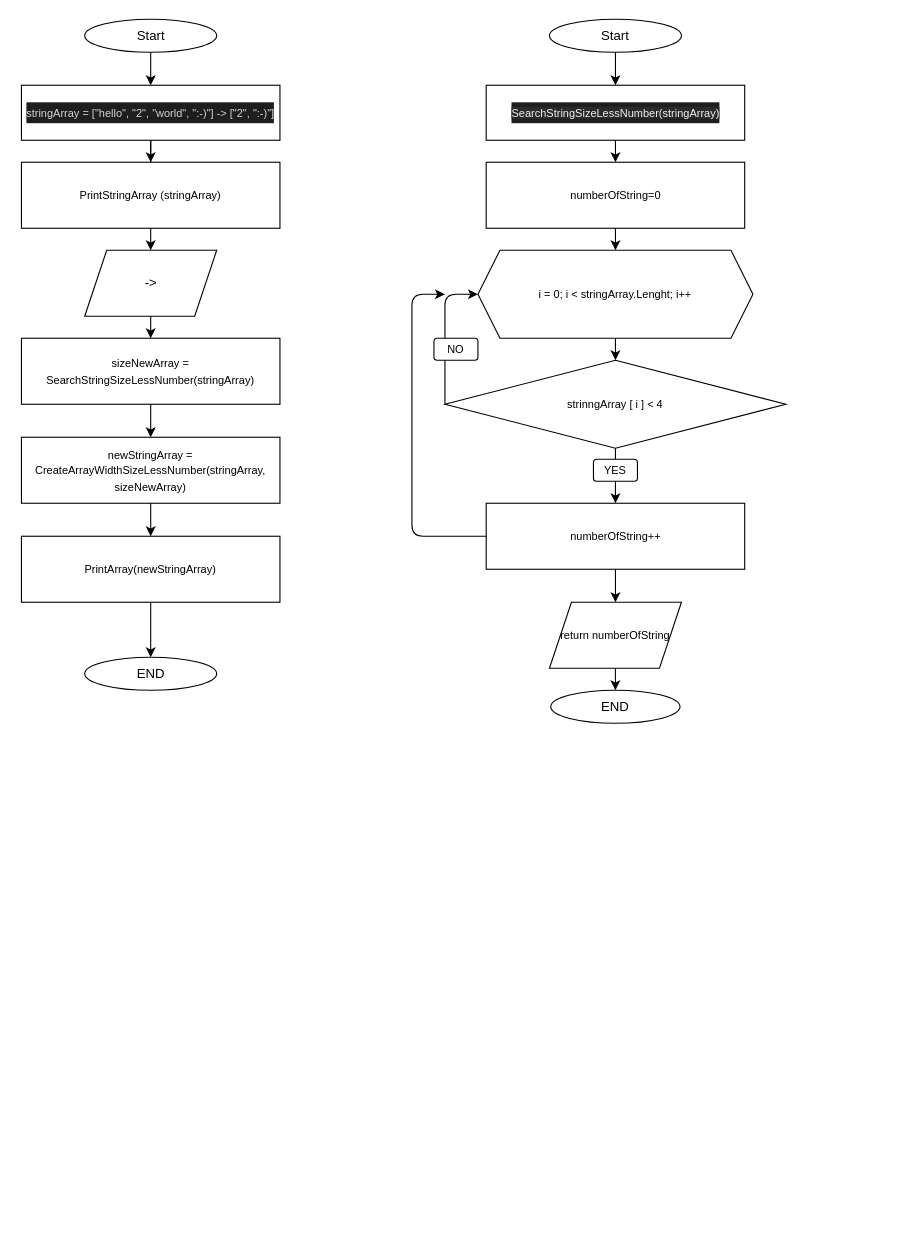
The draw.io diagram page "Страница 1" (1 of 2) of block diagram.dio in Evgen054/practical-work-19.02.2022, before the edit. Source tidied: cells renumbered, new cells numbered last; positions are measured from the earlier drawing's top-left corner, leaving out a move shared by most shapes. Both pictures are drawn from the tidied source at 110%, with x=0, y=0 at pixel (21, 19).
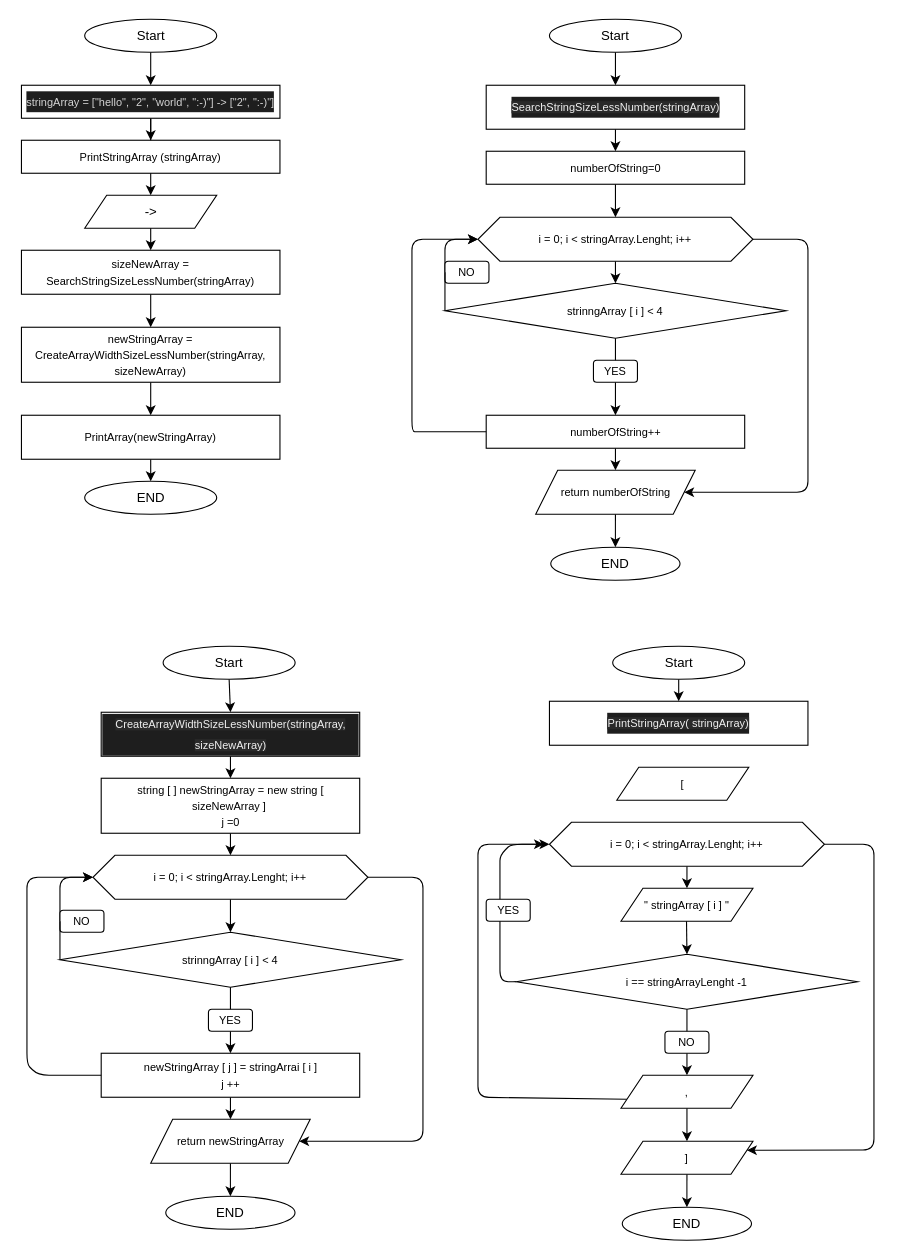
The same diagram, later.

Commit message:
Created the third and fourth block diagram

The edit, as a diff of the source:
```diff
@@
     <mxCell id="6" value="&lt;div style=&quot;color: rgb(212 , 212 , 212) ; background-color: rgb(30 , 30 , 30) ; line-height: 19px&quot;&gt;&lt;font style=&quot;font-size: 10px&quot;&gt;stringArray = [&quot;hello&quot;, &quot;2&quot;, &quot;world&quot;, &quot;:-)&quot;] -&amp;gt; [&quot;2&quot;, &quot;:-)&quot;]&lt;/font&gt;&lt;/div&gt;" style="rounded=0;whiteSpace=wrap;html=1;align=center;fontSize=12;" parent="1" vertex="1">
-      <mxGeometry y="60" width="235" height="50" as="geometry" />
+      <mxGeometry y="60" width="235" height="30" as="geometry" />
     </mxCell>
     <mxCell id="7" value="&lt;font style=&quot;font-size: 10px&quot;&gt;PrintStringArray (stringArray)&lt;/font&gt;" style="rounded=0;whiteSpace=wrap;html=1;fontSize=12;" parent="1" vertex="1">
-      <mxGeometry y="130" width="235" height="60" as="geometry" />
+      <mxGeometry y="110" width="235" height="30" as="geometry" />
     </mxCell>
     <mxCell id="8" value="-&amp;gt;" style="shape=parallelogram;perimeter=parallelogramPerimeter;whiteSpace=wrap;html=1;fixedSize=1;fontSize=12;" parent="1" vertex="1">
-      <mxGeometry x="57.5" y="210" width="120" height="60" as="geometry" />
+      <mxGeometry x="57.5" y="160" width="120" height="30" as="geometry" />
     </mxCell>
@@
     <mxCell id="10" value="&lt;p&gt;&lt;font style=&quot;font-size: 10px&quot;&gt;sizeNewArray = SearchStringSizeLessNumber(stringArray)&lt;/font&gt;&lt;/p&gt;" style="rounded=0;whiteSpace=wrap;html=1;fontSize=12;" parent="1" vertex="1">
-      <mxGeometry y="290" width="235" height="60" as="geometry" />
+      <mxGeometry y="210" width="235" height="40" as="geometry" />
     </mxCell>
-    <mxCell id="11" style="edgeStyle=none;html=1;fontFamily=Helvetica;fontSize=12;" parent="1" edge="1" target="10">
-      <mxGeometry relative="1" as="geometry">
-        <mxPoint x="118" y="350" as="sourcePoint" />
-      </mxGeometry>
-    </mxCell>
@@
     <mxCell id="13" value="&lt;font style=&quot;font-size: 10px&quot;&gt;newStringArray =&lt;br&gt;CreateArrayWidthSizeLessNumber(stringArray, sizeNewArray)&lt;/font&gt;" style="rounded=0;whiteSpace=wrap;html=1;fontSize=12;" parent="1" vertex="1">
-      <mxGeometry y="380" width="235" height="60" as="geometry" />
+      <mxGeometry y="280" width="235" height="50" as="geometry" />
     </mxCell>
@@
     <mxCell id="15" value="&lt;font style=&quot;font-size: 10px&quot;&gt;PrintArray(newStringArray)&lt;/font&gt;" style="rounded=0;whiteSpace=wrap;html=1;fontSize=12;" parent="1" vertex="1">
-      <mxGeometry y="470" width="235" height="60" as="geometry" />
+      <mxGeometry y="360" width="235" height="40" as="geometry" />
     </mxCell>
     <mxCell id="16" value="END" style="ellipse;whiteSpace=wrap;html=1;" parent="1" vertex="1">
-      <mxGeometry x="57.5" y="580" width="120" height="30" as="geometry" />
+      <mxGeometry x="57.5" y="420" width="120" height="30" as="geometry" />
     </mxCell>
@@
     <mxCell id="21" value="&lt;div style=&quot;color: rgb(212 , 212 , 212) ; background-color: rgb(30 , 30 , 30) ; line-height: 19px&quot;&gt;&lt;span style=&quot;color: rgb(240 , 240 , 240) ; font-size: 10px ; background-color: rgb(42 , 42 , 42)&quot;&gt;SearchStringSizeLessNumber(stringArray)&lt;/span&gt;&lt;br&gt;&lt;/div&gt;" style="rounded=0;whiteSpace=wrap;html=1;align=center;fontSize=12;" parent="1" vertex="1">
-      <mxGeometry x="422.5" y="60" width="235" height="50" as="geometry" />
+      <mxGeometry x="422.5" y="60" width="235" height="40" as="geometry" />
     </mxCell>
@@
     <mxCell id="23" value="&lt;font style=&quot;font-size: 10px&quot;&gt;numberOfString=0&lt;/font&gt;" style="rounded=0;whiteSpace=wrap;html=1;fontSize=12;" parent="1" vertex="1">
-      <mxGeometry x="422.5" y="130" width="235" height="60" as="geometry" />
+      <mxGeometry x="422.5" y="120" width="235" height="30" as="geometry" />
     </mxCell>
@@
     <mxCell id="25" value="END" style="ellipse;whiteSpace=wrap;html=1;" parent="1" vertex="1">
-      <mxGeometry x="481.2" y="610" width="117.5" height="30" as="geometry" />
+      <mxGeometry x="481.2" y="480" width="117.5" height="30" as="geometry" />
     </mxCell>
@@
     <mxCell id="27" value="i = 0; i &amp;lt; stringArray.Lenght; i++" style="shape=hexagon;perimeter=hexagonPerimeter2;whiteSpace=wrap;html=1;fixedSize=1;fontFamily=Helvetica;fontSize=10;" parent="1" vertex="1">
-      <mxGeometry x="415" y="210" width="250" height="80" as="geometry" />
+      <mxGeometry x="415" y="180" width="250" height="40" as="geometry" />
     </mxCell>
     <mxCell id="28" value="strinngArray [ i ] &amp;lt; 4" style="rhombus;whiteSpace=wrap;html=1;fontFamily=Helvetica;fontSize=10;" parent="1" vertex="1">
-      <mxGeometry x="385" y="310" width="310" height="80" as="geometry" />
+      <mxGeometry x="385" y="240" width="310" height="50" as="geometry" />
     </mxCell>
@@
     <mxCell id="30" value="&lt;font style=&quot;font-size: 10px&quot;&gt;numberOfString++&lt;/font&gt;" style="rounded=0;whiteSpace=wrap;html=1;fontSize=12;" parent="1" vertex="1">
-      <mxGeometry x="422.5" y="440" width="235" height="60" as="geometry" />
+      <mxGeometry x="422.5" y="360" width="235" height="30" as="geometry" />
     </mxCell>
@@
     <mxCell id="32" value="return numberOfString" style="shape=parallelogram;perimeter=parallelogramPerimeter;whiteSpace=wrap;html=1;fixedSize=1;fontFamily=Helvetica;fontSize=10;" parent="1" vertex="1">
-      <mxGeometry x="480" y="530" width="120" height="60" as="geometry" />
+      <mxGeometry x="467.5" y="410" width="145" height="40" as="geometry" />
     </mxCell>
-    <mxCell id="33" style="endArrow=classic;html=1;fontFamily=Helvetica;fontSize=10;exitX=0.5;exitY=1;exitDx=0;exitDy=0;entryX=0.5;entryY=0;entryDx=0;entryDy=0;" parent="1" edge="1" source="28" target="30">
+    <mxCell id="33" style="endArrow=classic;html=1;fontFamily=Helvetica;fontSize=10;exitX=0.5;exitY=1;exitDx=0;exitDy=0;entryX=0.5;entryY=0;entryDx=0;entryDy=0;startArrow=none;" parent="1" edge="1" source="34" target="30">
       <mxGeometry relative="1" as="geometry" />
     </mxCell>
+    <mxCell id="35" style="endArrow=classic;html=1;fontFamily=Helvetica;fontSize=10;entryX=0;entryY=0.5;entryDx=0;entryDy=0;exitX=0;exitY=0.5;exitDx=0;exitDy=0;startArrow=none;" parent="1" edge="1" source="36" target="27">
+      <mxGeometry relative="1" as="geometry">
+        <Array as="points">
+          <mxPoint x="385" y="200" />
+        </Array>
+      </mxGeometry>
+    </mxCell>
+    <mxCell id="37" style="endArrow=classic;html=1;fontFamily=Helvetica;fontSize=10;exitX=0;exitY=0.5;exitDx=0;exitDy=0;" parent="1" edge="1" source="30">
+      <mxGeometry relative="1" as="geometry">
+        <mxPoint x="415" y="200" as="targetPoint" />
+        <Array as="points">
+          <mxPoint x="365" y="375" />
+          <mxPoint x="355" y="375" />
+          <mxPoint x="355" y="200" />
+        </Array>
+      </mxGeometry>
+    </mxCell>
+    <mxCell id="36" value="NO" style="rounded=1;whiteSpace=wrap;html=1;fontFamily=Helvetica;fontSize=10;" parent="1" vertex="1">
+      <mxGeometry x="385" y="220" width="40" height="20" as="geometry" />
+    </mxCell>
+    <mxCell id="38" style="endArrow=none;html=1;fontFamily=Helvetica;fontSize=10;entryX=0;entryY=0.5;entryDx=0;entryDy=0;exitX=0;exitY=0.5;exitDx=0;exitDy=0;" parent="1" edge="1" source="28" target="36">
+      <mxGeometry relative="1" as="geometry">
+        <Array as="points">
+          <mxPoint x="385" y="250" />
+        </Array>
+      </mxGeometry>
+    </mxCell>
     <mxCell id="34" value="YES" style="rounded=1;whiteSpace=wrap;html=1;fontFamily=Helvetica;fontSize=10;" parent="1" vertex="1">
-      <mxGeometry x="520" y="400" width="40" height="20" as="geometry" />
+      <mxGeometry x="520" y="310" width="40" height="20" as="geometry" />
     </mxCell>
-    <mxCell id="35" style="endArrow=classic;html=1;fontFamily=Helvetica;fontSize=10;entryX=0;entryY=0.5;entryDx=0;entryDy=0;exitX=0;exitY=0.5;exitDx=0;exitDy=0;" parent="1" edge="1" source="28" target="27">
-      <mxGeometry relative="1" as="geometry">
-        <Array as="points">
-          <mxPoint x="385" y="250" />
-        </Array>
-      </mxGeometry>
-    </mxCell>
-    <mxCell id="36" value="NO" style="rounded=1;whiteSpace=wrap;html=1;fontFamily=Helvetica;fontSize=10;" parent="1" vertex="1">
-      <mxGeometry x="375" y="290" width="40" height="20" as="geometry" />
-    </mxCell>
-    <mxCell id="37" style="endArrow=classic;html=1;fontFamily=Helvetica;fontSize=10;entryX=0;entryY=0.5;entryDx=0;entryDy=0;exitX=0;exitY=0.5;exitDx=0;exitDy=0;" parent="1" edge="1" source="30">
-      <mxGeometry relative="1" as="geometry">
-        <mxPoint x="385" y="250" as="targetPoint" />
-        <Array as="points">
-          <mxPoint x="355" y="470" />
-          <mxPoint x="355" y="250" />
-        </Array>
-      </mxGeometry>
-    </mxCell>
+    <mxCell id="39" style="endArrow=none;html=1;fontFamily=Helvetica;fontSize=10;exitX=0.5;exitY=1;exitDx=0;exitDy=0;entryX=0.5;entryY=0;entryDx=0;entryDy=0;" parent="1" edge="1" source="28" target="34">
+      <mxGeometry relative="1" as="geometry" />
+    </mxCell>
+    <mxCell id="40" style="endArrow=classic;html=1;fontFamily=Helvetica;fontSize=10;exitX=1;exitY=0.5;exitDx=0;exitDy=0;entryX=1;entryY=0.5;entryDx=0;entryDy=0;" parent="1" edge="1" source="27" target="32">
+      <mxGeometry relative="1" as="geometry">
+        <Array as="points">
+          <mxPoint x="715" y="200" />
+          <mxPoint x="715" y="430" />
+        </Array>
+      </mxGeometry>
+    </mxCell>
+    <mxCell id="41" style="edgeStyle=none;html=1;exitX=0.5;exitY=1;exitDx=0;exitDy=0;entryX=0.5;entryY=0;entryDx=0;entryDy=0;fontFamily=Helvetica;fontSize=12;" parent="1" edge="1" source="42" target="44">
+      <mxGeometry relative="1" as="geometry" />
+    </mxCell>
+    <mxCell id="42" value="Start" style="ellipse;whiteSpace=wrap;html=1;" parent="1" vertex="1">
+      <mxGeometry x="128.8" y="570" width="120" height="30" as="geometry" />
+    </mxCell>
+    <mxCell id="43" style="edgeStyle=none;html=1;entryX=0.5;entryY=0;entryDx=0;entryDy=0;fontFamily=Helvetica;fontSize=12;" parent="1" edge="1" source="44" target="46">
+      <mxGeometry relative="1" as="geometry" />
+    </mxCell>
+    <mxCell id="44" value="&lt;div style=&quot;color: rgb(212 , 212 , 212) ; background-color: rgb(30 , 30 , 30) ; line-height: 19px&quot;&gt;&lt;span style=&quot;color: rgb(240 , 240 , 240) ; font-size: 10px ; background-color: rgb(42 , 42 , 42)&quot;&gt;CreateArrayWidthSizeLessNumber(stringArray, sizeNewArray)&lt;/span&gt;&lt;br&gt;&lt;/div&gt;" style="rounded=0;whiteSpace=wrap;html=1;align=center;fontSize=12;" parent="1" vertex="1">
+      <mxGeometry x="72.5" y="630" width="235" height="40" as="geometry" />
+    </mxCell>
+    <mxCell id="45" style="edgeStyle=none;html=1;fontFamily=Helvetica;fontSize=10;" parent="1" edge="1" source="46" target="50">
+      <mxGeometry relative="1" as="geometry" />
+    </mxCell>
+    <mxCell id="46" value="&lt;font style=&quot;font-size: 10px&quot;&gt;string [ ] newStringArray = new string [ sizeNewArray ]&amp;nbsp;&lt;br&gt;j =0&lt;br&gt;&lt;/font&gt;" style="rounded=0;whiteSpace=wrap;html=1;fontSize=12;" parent="1" vertex="1">
+      <mxGeometry x="72.5" y="690" width="235" height="50" as="geometry" />
+    </mxCell>
+    <mxCell id="47" style="edgeStyle=none;html=1;fontFamily=Helvetica;fontSize=12;" parent="1" edge="1">
+      <mxGeometry relative="1" as="geometry">
+        <mxPoint x="173" y="940" as="sourcePoint" />
+        <mxPoint x="173" y="940" as="targetPoint" />
+      </mxGeometry>
+    </mxCell>
+    <mxCell id="48" value="END" style="ellipse;whiteSpace=wrap;html=1;" parent="1" vertex="1">
+      <mxGeometry x="131.2" y="1070" width="117.5" height="30" as="geometry" />
+    </mxCell>
+    <mxCell id="49" style="edgeStyle=none;html=1;fontFamily=Helvetica;fontSize=10;" parent="1" edge="1" source="50" target="51">
+      <mxGeometry relative="1" as="geometry" />
+    </mxCell>
+    <mxCell id="50" value="i = 0; i &amp;lt; stringArray.Lenght; i++" style="shape=hexagon;perimeter=hexagonPerimeter2;whiteSpace=wrap;html=1;fixedSize=1;fontFamily=Helvetica;fontSize=10;" parent="1" vertex="1">
+      <mxGeometry x="65" y="760" width="250" height="40" as="geometry" />
+    </mxCell>
+    <mxCell id="51" value="strinngArray [ i ] &amp;lt; 4" style="rhombus;whiteSpace=wrap;html=1;fontFamily=Helvetica;fontSize=10;" parent="1" vertex="1">
+      <mxGeometry x="35" y="830" width="310" height="50" as="geometry" />
+    </mxCell>
+    <mxCell id="52" style="edgeStyle=none;html=1;fontFamily=Helvetica;fontSize=10;" parent="1" edge="1" source="53" target="55">
+      <mxGeometry relative="1" as="geometry" />
+    </mxCell>
+    <mxCell id="53" value="&lt;font style=&quot;font-size: 10px&quot;&gt;newStringArray [ j ] = stringArrai [ i ]&lt;br&gt;j ++&lt;br&gt;&lt;/font&gt;" style="rounded=0;whiteSpace=wrap;html=1;fontSize=12;" parent="1" vertex="1">
+      <mxGeometry x="72.5" y="940" width="235" height="40" as="geometry" />
+    </mxCell>
+    <mxCell id="54" style="edgeStyle=none;html=1;fontFamily=Helvetica;fontSize=10;" parent="1" edge="1" source="55" target="48">
+      <mxGeometry relative="1" as="geometry" />
+    </mxCell>
+    <mxCell id="55" value="return newStringArray" style="shape=parallelogram;perimeter=parallelogramPerimeter;whiteSpace=wrap;html=1;fixedSize=1;fontFamily=Helvetica;fontSize=10;" parent="1" vertex="1">
+      <mxGeometry x="117.5" y="1000" width="145" height="40" as="geometry" />
+    </mxCell>
+    <mxCell id="56" style="endArrow=classic;html=1;fontFamily=Helvetica;fontSize=10;exitX=0.5;exitY=1;exitDx=0;exitDy=0;entryX=0.5;entryY=0;entryDx=0;entryDy=0;startArrow=none;" parent="1" edge="1" source="61" target="53">
+      <mxGeometry relative="1" as="geometry" />
+    </mxCell>
+    <mxCell id="57" style="endArrow=classic;html=1;fontFamily=Helvetica;fontSize=10;entryX=0;entryY=0.5;entryDx=0;entryDy=0;exitX=0;exitY=0.5;exitDx=0;exitDy=0;startArrow=none;" parent="1" edge="1" source="59" target="50">
+      <mxGeometry relative="1" as="geometry">
+        <Array as="points">
+          <mxPoint x="35" y="780" />
+        </Array>
+      </mxGeometry>
+    </mxCell>
+    <mxCell id="58" style="endArrow=classic;html=1;fontFamily=Helvetica;fontSize=10;exitX=0;exitY=0.5;exitDx=0;exitDy=0;" parent="1" edge="1" source="53">
+      <mxGeometry relative="1" as="geometry">
+        <mxPoint x="65" y="780" as="targetPoint" />
+        <Array as="points">
+          <mxPoint x="15" y="960" />
+          <mxPoint x="5" y="950" />
+          <mxPoint x="5" y="780" />
+        </Array>
+      </mxGeometry>
+    </mxCell>
+    <mxCell id="59" value="NO" style="rounded=1;whiteSpace=wrap;html=1;fontFamily=Helvetica;fontSize=10;" parent="1" vertex="1">
+      <mxGeometry x="35" y="810" width="40" height="20" as="geometry" />
+    </mxCell>
+    <mxCell id="60" style="endArrow=none;html=1;fontFamily=Helvetica;fontSize=10;entryX=0;entryY=0.5;entryDx=0;entryDy=0;exitX=0;exitY=0.5;exitDx=0;exitDy=0;" parent="1" edge="1" source="51" target="59">
+      <mxGeometry relative="1" as="geometry">
+        <Array as="points">
+          <mxPoint x="35" y="840" />
+        </Array>
+      </mxGeometry>
+    </mxCell>
+    <mxCell id="61" value="YES" style="rounded=1;whiteSpace=wrap;html=1;fontFamily=Helvetica;fontSize=10;" parent="1" vertex="1">
+      <mxGeometry x="170" y="900" width="40" height="20" as="geometry" />
+    </mxCell>
+    <mxCell id="62" style="endArrow=none;html=1;fontFamily=Helvetica;fontSize=10;exitX=0.5;exitY=1;exitDx=0;exitDy=0;entryX=0.5;entryY=0;entryDx=0;entryDy=0;" parent="1" edge="1" source="51" target="61">
+      <mxGeometry relative="1" as="geometry" />
+    </mxCell>
+    <mxCell id="63" style="endArrow=classic;html=1;fontFamily=Helvetica;fontSize=10;exitX=1;exitY=0.5;exitDx=0;exitDy=0;entryX=1;entryY=0.5;entryDx=0;entryDy=0;" parent="1" edge="1" source="50" target="55">
+      <mxGeometry relative="1" as="geometry">
+        <Array as="points">
+          <mxPoint x="365" y="780" />
+          <mxPoint x="365" y="1020" />
+        </Array>
+      </mxGeometry>
+    </mxCell>
+    <mxCell id="64" style="edgeStyle=none;html=1;exitX=0.5;exitY=1;exitDx=0;exitDy=0;entryX=0.5;entryY=0;entryDx=0;entryDy=0;fontFamily=Helvetica;fontSize=12;" parent="1" edge="1" source="65" target="66">
+      <mxGeometry relative="1" as="geometry" />
+    </mxCell>
+    <mxCell id="65" value="Start" style="ellipse;whiteSpace=wrap;html=1;" parent="1" vertex="1">
+      <mxGeometry x="537.5" y="570" width="120" height="30" as="geometry" />
+    </mxCell>
+    <mxCell id="66" value="&lt;div style=&quot;color: rgb(212 , 212 , 212) ; background-color: rgb(30 , 30 , 30) ; line-height: 19px&quot;&gt;&lt;span style=&quot;color: rgb(240 , 240 , 240) ; font-size: 10px ; background-color: rgb(42 , 42 , 42)&quot;&gt;PrintStringArray( stringArray)&lt;/span&gt;&lt;br&gt;&lt;/div&gt;" style="rounded=0;whiteSpace=wrap;html=1;align=center;fontSize=12;" parent="1" vertex="1">
+      <mxGeometry x="480" y="620" width="235" height="40" as="geometry" />
+    </mxCell>
+    <mxCell id="67" style="edgeStyle=none;html=1;fontFamily=Helvetica;fontSize=12;" parent="1" edge="1">
+      <mxGeometry relative="1" as="geometry">
+        <mxPoint x="583" y="1000" as="sourcePoint" />
+        <mxPoint x="583" y="1000" as="targetPoint" />
+      </mxGeometry>
+    </mxCell>
+    <mxCell id="68" value="END" style="ellipse;whiteSpace=wrap;html=1;" parent="1" vertex="1">
+      <mxGeometry x="546.2" y="1080" width="117.5" height="30" as="geometry" />
+    </mxCell>
+    <mxCell id="69" style="edgeStyle=none;html=1;fontFamily=Helvetica;fontSize=10;" parent="1" edge="1" source="70" target="78">
+      <mxGeometry relative="1" as="geometry" />
+    </mxCell>
+    <mxCell id="70" value="i = 0; i &amp;lt; stringArray.Lenght; i++" style="shape=hexagon;perimeter=hexagonPerimeter2;whiteSpace=wrap;html=1;fixedSize=1;fontFamily=Helvetica;fontSize=10;" parent="1" vertex="1">
+      <mxGeometry x="480" y="730" width="250" height="40" as="geometry" />
+    </mxCell>
+    <mxCell id="71" value="i == stringArrayLenght -1" style="rhombus;whiteSpace=wrap;html=1;fontFamily=Helvetica;fontSize=10;" parent="1" vertex="1">
+      <mxGeometry x="450" y="850" width="310" height="50" as="geometry" />
+    </mxCell>
+    <mxCell id="72" style="endArrow=classic;html=1;fontFamily=Helvetica;fontSize=10;entryX=0;entryY=0.5;entryDx=0;entryDy=0;startArrow=none;exitX=0;exitY=0.5;exitDx=0;exitDy=0;" parent="1" edge="1" source="71" target="70">
+      <mxGeometry relative="1" as="geometry">
+        <Array as="points">
+          <mxPoint x="435" y="875" />
+          <mxPoint x="435" y="820" />
+          <mxPoint x="435" y="780" />
+          <mxPoint x="435" y="760" />
+          <mxPoint x="445" y="750" />
+        </Array>
+      </mxGeometry>
+    </mxCell>
+    <mxCell id="73" style="endArrow=classic;html=1;fontFamily=Helvetica;fontSize=10;exitX=0;exitY=0.75;exitDx=0;exitDy=0;" parent="1" edge="1" source="81">
+      <mxGeometry relative="1" as="geometry">
+        <mxPoint x="475" y="750" as="targetPoint" />
+        <Array as="points">
+          <mxPoint x="415" y="980" />
+          <mxPoint x="415" y="920" />
+          <mxPoint x="415" y="750" />
+        </Array>
+      </mxGeometry>
+    </mxCell>
+    <mxCell id="74" style="edgeStyle=none;html=1;fontFamily=Helvetica;fontSize=10;" parent="1" edge="1" source="75" target="81">
+      <mxGeometry relative="1" as="geometry" />
+    </mxCell>
+    <mxCell id="75" value="NO" style="rounded=1;whiteSpace=wrap;html=1;fontFamily=Helvetica;fontSize=10;" parent="1" vertex="1">
+      <mxGeometry x="585" y="920" width="40" height="20" as="geometry" />
+    </mxCell>
+    <mxCell id="76" style="endArrow=none;html=1;fontFamily=Helvetica;fontSize=10;exitX=0.5;exitY=1;exitDx=0;exitDy=0;entryX=0.5;entryY=0;entryDx=0;entryDy=0;" parent="1" edge="1" source="71" target="75">
+      <mxGeometry relative="1" as="geometry" />
+    </mxCell>
+    <mxCell id="77" style="endArrow=classic;html=1;fontFamily=Helvetica;fontSize=10;exitX=1;exitY=0.5;exitDx=0;exitDy=0;entryX=1;entryY=0.25;entryDx=0;entryDy=0;" parent="1" edge="1" source="70" target="84">
+      <mxGeometry relative="1" as="geometry">
+        <Array as="points">
+          <mxPoint x="775" y="750" />
+          <mxPoint x="775" y="840" />
+          <mxPoint x="775" y="1028" />
+        </Array>
+      </mxGeometry>
+    </mxCell>
+    <mxCell id="78" value="&quot; stringArray [ i ] &quot;" style="shape=parallelogram;perimeter=parallelogramPerimeter;whiteSpace=wrap;html=1;fixedSize=1;fontFamily=Helvetica;fontSize=10;" parent="1" vertex="1">
+      <mxGeometry x="545" y="790" width="120" height="30" as="geometry" />
+    </mxCell>
+    <mxCell id="79" value="[" style="shape=parallelogram;perimeter=parallelogramPerimeter;whiteSpace=wrap;html=1;fixedSize=1;fontFamily=Helvetica;fontSize=10;" parent="1" vertex="1">
+      <mxGeometry x="541.2" y="680" width="120" height="30" as="geometry" />
+    </mxCell>
+    <mxCell id="80" style="edgeStyle=none;html=1;fontFamily=Helvetica;fontSize=10;" parent="1" edge="1" source="81" target="84">
+      <mxGeometry relative="1" as="geometry" />
+    </mxCell>
+    <mxCell id="81" value="," style="shape=parallelogram;perimeter=parallelogramPerimeter;whiteSpace=wrap;html=1;fixedSize=1;fontFamily=Helvetica;fontSize=10;" parent="1" vertex="1">
+      <mxGeometry x="545" y="960" width="120" height="30" as="geometry" />
+    </mxCell>
+    <mxCell id="82" style="edgeStyle=none;html=1;fontFamily=Helvetica;fontSize=10;entryX=0.5;entryY=0;entryDx=0;entryDy=0;" parent="1" edge="1" target="71">
+      <mxGeometry relative="1" as="geometry">
+        <mxPoint x="604.6" y="820" as="sourcePoint" />
+      </mxGeometry>
+    </mxCell>
+    <mxCell id="83" style="edgeStyle=none;html=1;fontFamily=Helvetica;fontSize=10;" parent="1" edge="1" source="84" target="68">
+      <mxGeometry relative="1" as="geometry" />
+    </mxCell>
+    <mxCell id="84" value="]" style="shape=parallelogram;perimeter=parallelogramPerimeter;whiteSpace=wrap;html=1;fixedSize=1;fontFamily=Helvetica;fontSize=10;" parent="1" vertex="1">
+      <mxGeometry x="545" y="1020" width="120" height="30" as="geometry" />
+    </mxCell>
+    <mxCell id="85" value="YES" style="rounded=1;whiteSpace=wrap;html=1;fontFamily=Helvetica;fontSize=10;" parent="1" vertex="1">
+      <mxGeometry x="422.5" y="800" width="40" height="20" as="geometry" />
+    </mxCell>
```
